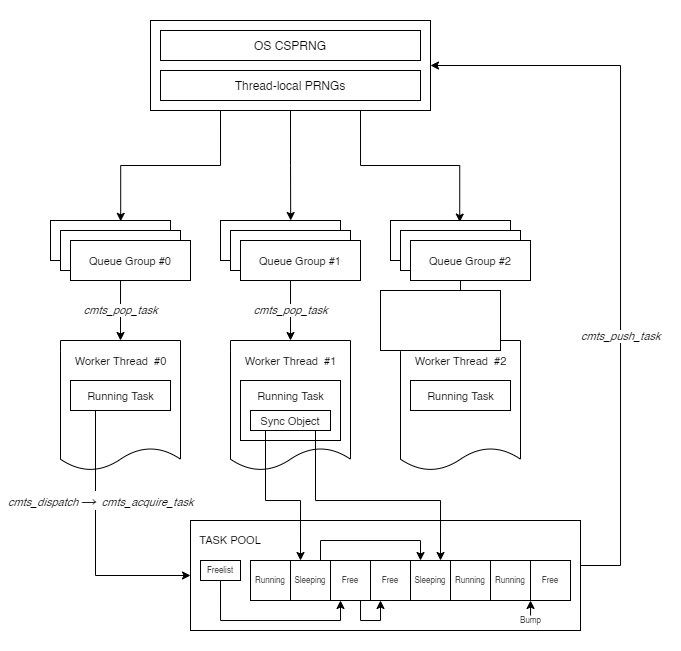
This is docs/images/CMTS.png from MarcelPiNacy/cmts, a draw.io export, as it was before one commit. Source tidied: cells renumbered, new cells last; positions are measured from the earlier drawing's top-left corner, leaving out a move shared by most shapes.
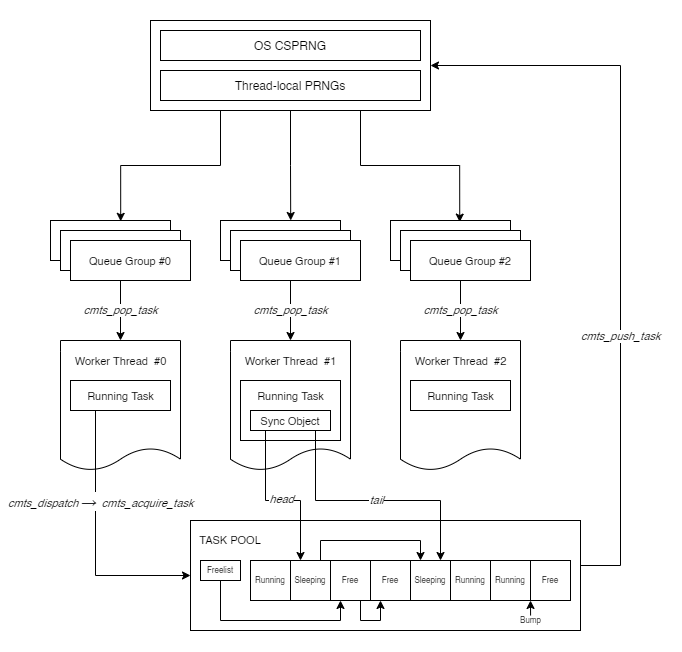
The same file after the commit.

The edit, as a diff of the source:
```diff
@@ -198,6 +198,11 @@
         </Array>
       </mxGeometry>
     </mxCell>
+    <mxCell id="60" value="&lt;i&gt;head&lt;/i&gt;" style="edgeLabel;html=1;align=center;verticalAlign=middle;" parent="53" vertex="1">
+      <mxGeometry x="-0.03" y="1" relative="1" as="geometry">
+        <mxPoint x="8" as="offset" />
+      </mxGeometry>
+    </mxCell>
     <mxCell id="54" style="edgeStyle=orthogonalEdgeStyle;rounded=0;jettySize=auto;html=1;exitX=0.75;exitY=1;exitDx=0;exitDy=0;entryX=0.75;entryY=0;entryDx=0;entryDy=0;" parent="1" edge="1" source="55" target="41">
       <mxGeometry relative="1" as="geometry">
         <Array as="points">
@@ -206,6 +211,11 @@
         </Array>
       </mxGeometry>
     </mxCell>
+    <mxCell id="61" value="&lt;i&gt;tail&lt;/i&gt;" style="edgeLabel;html=1;align=center;verticalAlign=middle;" parent="54" vertex="1">
+      <mxGeometry x="-0.08" y="-1" relative="1" as="geometry">
+        <mxPoint x="16" y="-1" as="offset" />
+      </mxGeometry>
+    </mxCell>
     <mxCell id="55" value="&lt;font style=&quot;font-size: 11px&quot;&gt;Sync Object&lt;/font&gt;" style="rounded=0;whiteSpace=wrap;html=1;" parent="1" vertex="1">
       <mxGeometry x="250" y="410" width="80" height="20" as="geometry" />
     </mxCell>
@@ -218,8 +228,5 @@
     <mxCell id="58" value="&lt;span style=&quot;font-size: 11px&quot;&gt;Running Task&lt;/span&gt;" style="text;html=1;align=center;verticalAlign=middle;strokeColor=none;" parent="1" vertex="1">
       <mxGeometry x="420" y="385" width="80" height="20" as="geometry" />
     </mxCell>
-    <mxCell id="59" style="rounded=0;whiteSpace=wrap;html=1;" parent="1" vertex="1">
-      <mxGeometry x="380" y="290" width="120" height="60" as="geometry" />
-    </mxCell>
   </root>
 </mxGraphModel>
```
